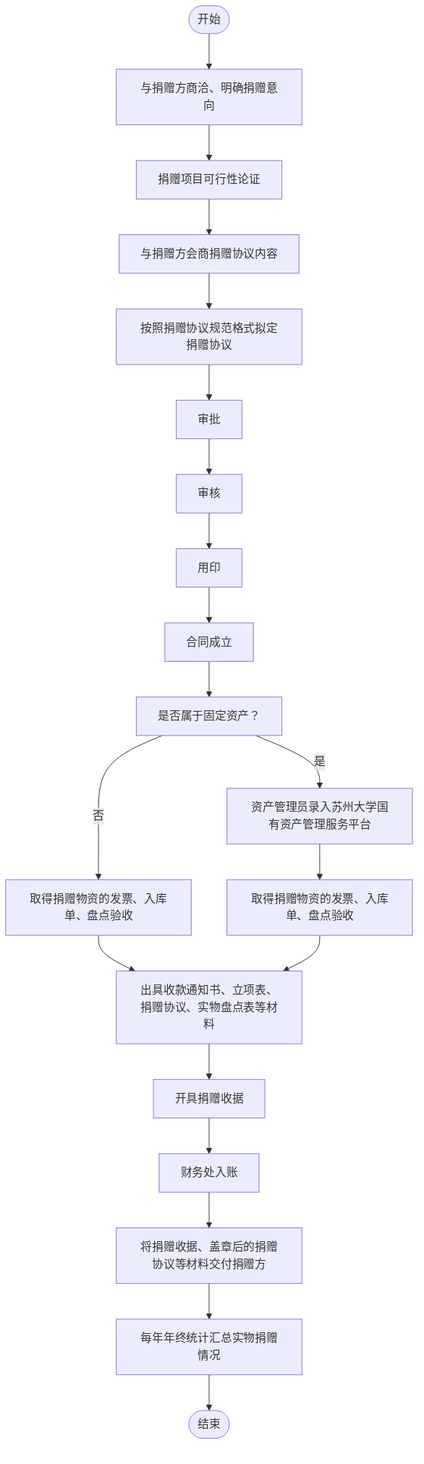
This is outline2flow/flow_outputs/page_13.png from AmyIvan/work1, a Mermaid export, as it was before one commit. Its source is kept beside it as outline2flow/mmd_outputs/page_13.mmd. The source it was exported from:
```mermaid
flowchart TD
    Start(["开始"]) --> A[与捐赠方商洽、明确捐赠意向]
    A --> B[捐赠项目可行性论证]
    B --> C[与捐赠方会商捐赠协议内容]
    C --> D[按照捐赠协议规范格式拟定捐赠协议]
    D --> E[审批]
    E --> F[审核]
    F --> G[用印]
    G --> H[合同成立]
    H --> I[是否属于固定资产？]
    I -->|是| J[资产管理员录入苏州大学国有资产管理服务平台]
    I -->|否| K[取得捐赠物资的发票、入库单、盘点验收]
    J --> L[取得捐赠物资的发票、入库单、盘点验收]
    K --> M[出具收款通知书、立项表、捐赠协议、实物盘点表等材料]
    L --> M
    M --> N[开具捐赠收据]
    N --> O[财务处入账]
    O --> P[将捐赠收据、盖章后的捐赠协议等材料交付捐赠方]
    P --> Q[每年年终统计汇总实物捐赠情况]
    Q --> End(["结束"])
```
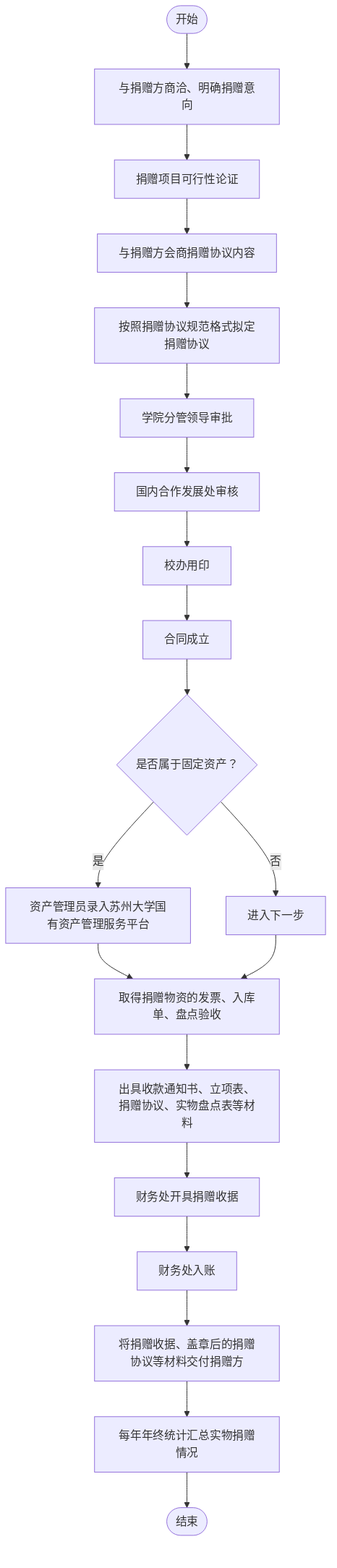
The same file after the commit.

What changed in the source:
```diff
@@ -3,17 +3,17 @@
     A --> B[捐赠项目可行性论证]
     B --> C[与捐赠方会商捐赠协议内容]
     C --> D[按照捐赠协议规范格式拟定捐赠协议]
-    D --> E[审批]
-    E --> F[审核]
-    F --> G[用印]
+    D --> E[学院分管领导审批]
+    E --> F[国内合作发展处审核]
+    F --> G[校办用印]
     G --> H[合同成立]
-    H --> I[是否属于固定资产？]
+    H --> I{是否属于固定资产？}
     I -->|是| J[资产管理员录入苏州大学国有资产管理服务平台]
-    I -->|否| K[取得捐赠物资的发票、入库单、盘点验收]
+    I -->|否| K[进入下一步]
     J --> L[取得捐赠物资的发票、入库单、盘点验收]
-    K --> M[出具收款通知书、立项表、捐赠协议、实物盘点表等材料]
-    L --> M
-    M --> N[开具捐赠收据]
+    K --> L
+    L --> M[出具收款通知书、立项表、捐赠协议、实物盘点表等材料]
+    M --> N[财务处开具捐赠收据]
     N --> O[财务处入账]
     O --> P[将捐赠收据、盖章后的捐赠协议等材料交付捐赠方]
     P --> Q[每年年终统计汇总实物捐赠情况]
```
